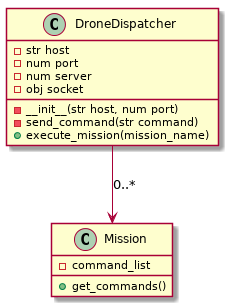
garryjable/telloDrone keeps this PlantUML diagram as classDiagrams.png. Above is the earlier version.
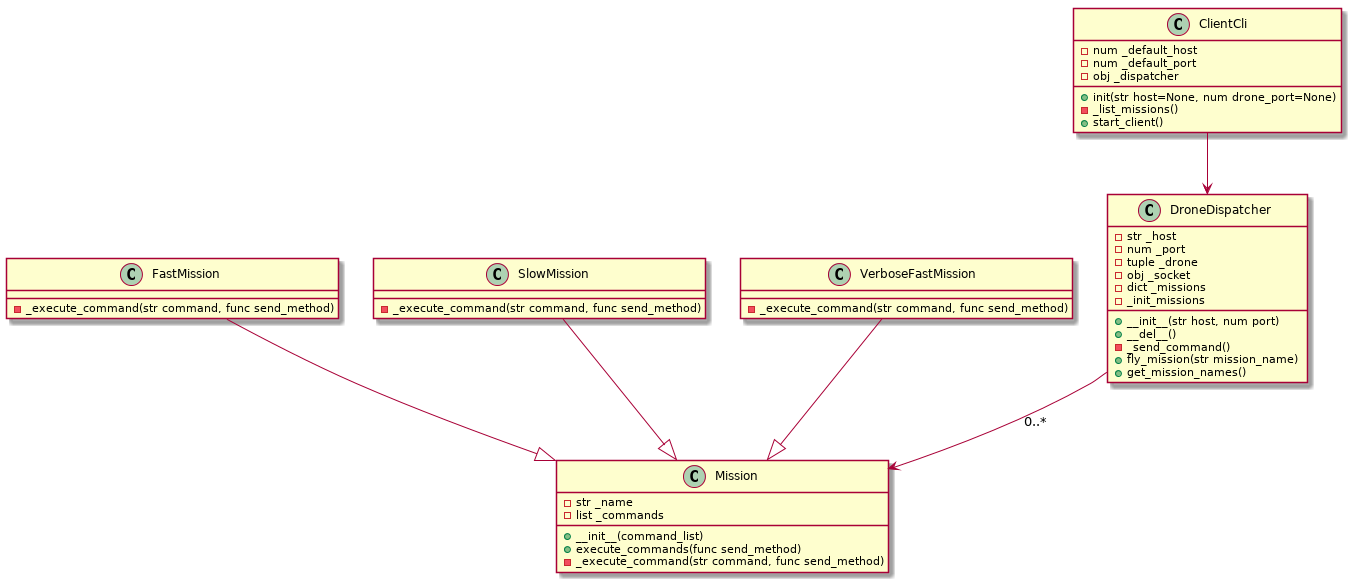
The same diagram one commit later.

Commit message:
uml is basically done, and code is done, unit tests need work, but I needed to get in a state that I can check out a drone before work tommorrow:

What changed in the source:
```diff
@@ -1,20 +1,54 @@
 @startuml
 
 DroneDispatcher --> Mission : 0..*
+FastMission --|> Mission
+SlowMission --|> Mission
+VerboseFastMission --|> Mission
+ClientCli --> DroneDispatcher
 
 class DroneDispatcher {
-    -str host
-    -num port
-    -num server
-    -obj socket
-    -__init__(str host, num port)
-    -send_command(str command)
-    +execute_mission(mission_name)
+    -str _host
+    -num _port
+    -tuple _drone
+    -obj _socket
+    -dict _missions
+    +__init__(str host, num port)
+    +__del__()
+    -_init_missions
+    -_send_command()
+    +fly_mission(str mission_name)
+    +get_mission_names()
 }
 
 class Mission {
-    -command_list
-    +get_commands()
+    -str _name
+    -list _commands
+    +__init__(command_list)
+    +execute_commands(func send_method)
+    -_execute_command(str command, func send_method)
 }
 
+class FastMission {
+    -_execute_command(str command, func send_method)
+}
+
+class SlowMission {
+    -_execute_command(str command, func send_method)
+}
+
+class VerboseFastMission {
+    -_execute_command(str command, func send_method)
+}
+
+class ClientCli {
+    -num _default_host
+    -num _default_port
+    -obj _dispatcher
+
+    +init(str host=None, num drone_port=None)
+    -_list_missions()
+    +start_client()
+}
+
+
 @enduml
```
